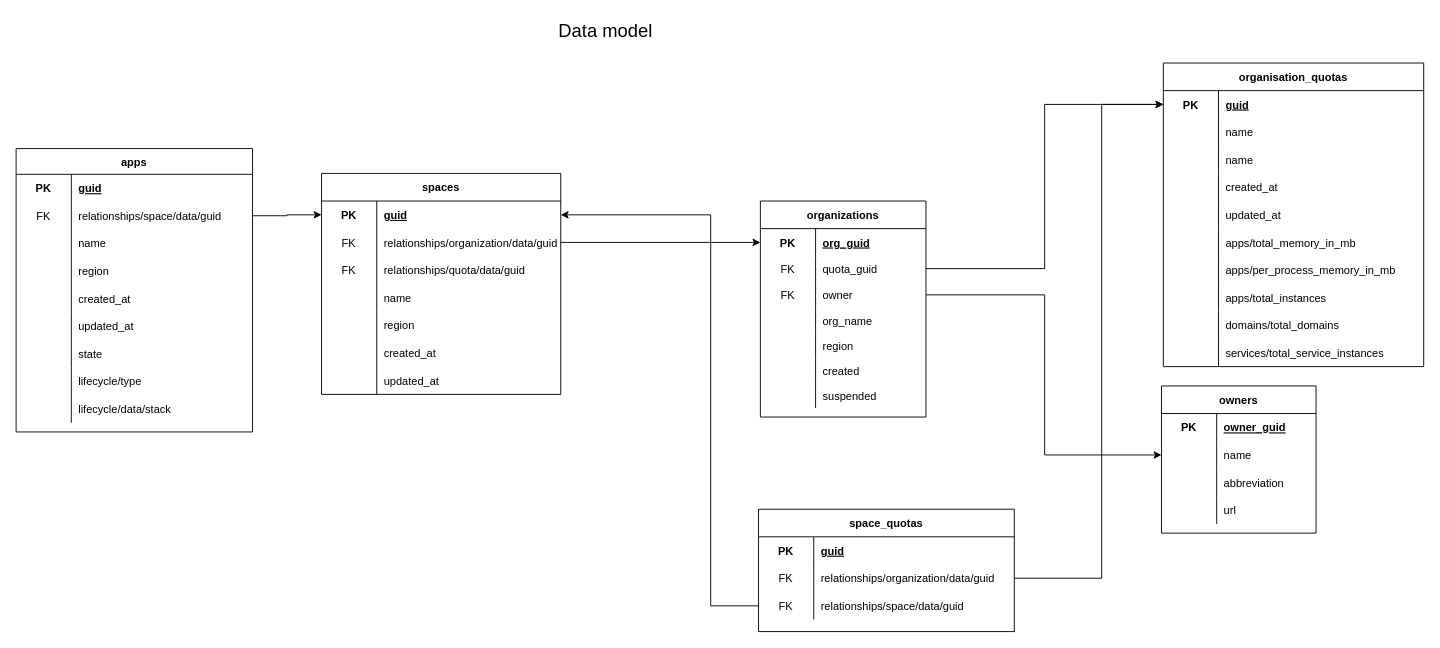
The draw.io diagram docs/datamodel.drawio in alphagov/paas-steampipe-dashboard, before the edit. Source tidied: cells renumbered, new cells numbered last; positions are measured from the earlier drawing's top-left corner, leaving out a move shared by most shapes. Both pictures are drawn from the tidied source at 92%, with x=0, y=0 at pixel (16, 16).
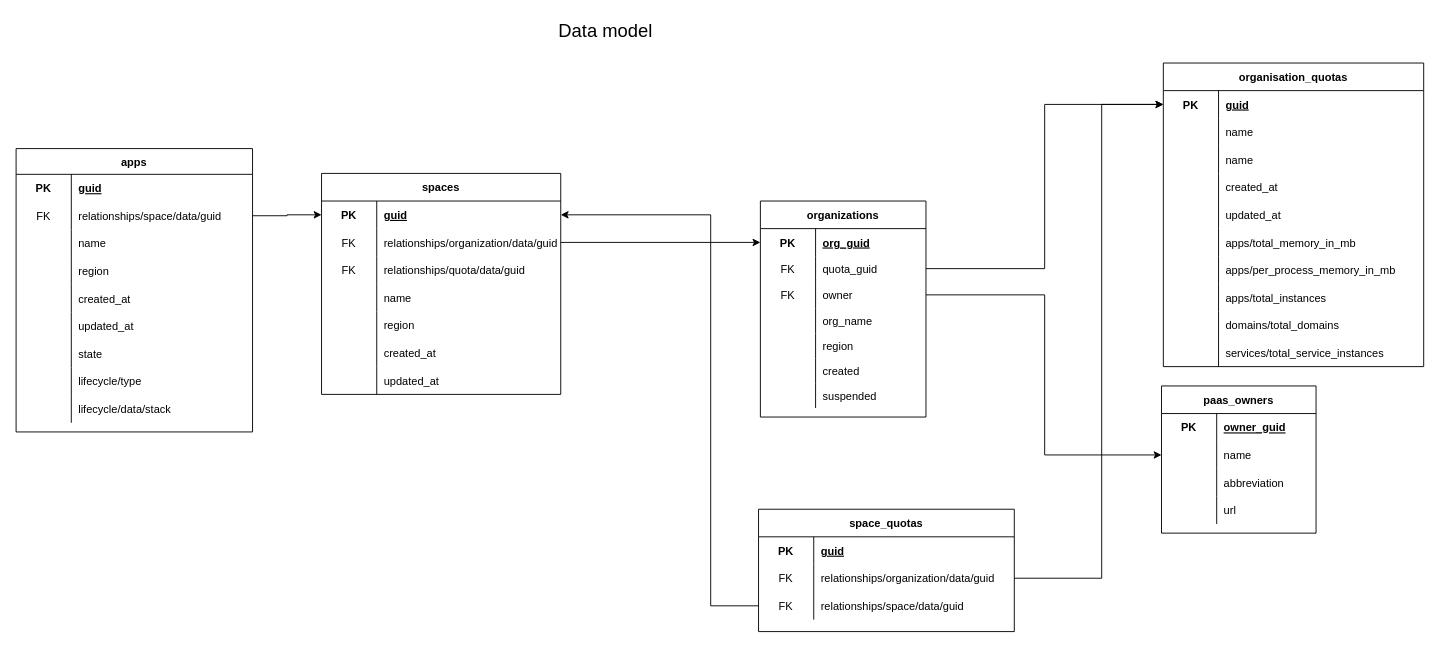
The same diagram, later.

Commit message:
refresh model

What changed in the source:
```diff
@@
-    <mxCell id="109" value="owners" style="shape=table;startSize=30;childLayout=tableLayout;rowLines=0;fontStyle=1;align=center;" parent="1" vertex="1">
+    <mxCell id="109" value="paas_owners" style="shape=table;startSize=30;childLayout=tableLayout;rowLines=0;fontStyle=1;align=center;" parent="1" vertex="1">
       <mxGeometry x="1245" y="402" width="168" height="160" as="geometry" />
     </mxCell>
```
